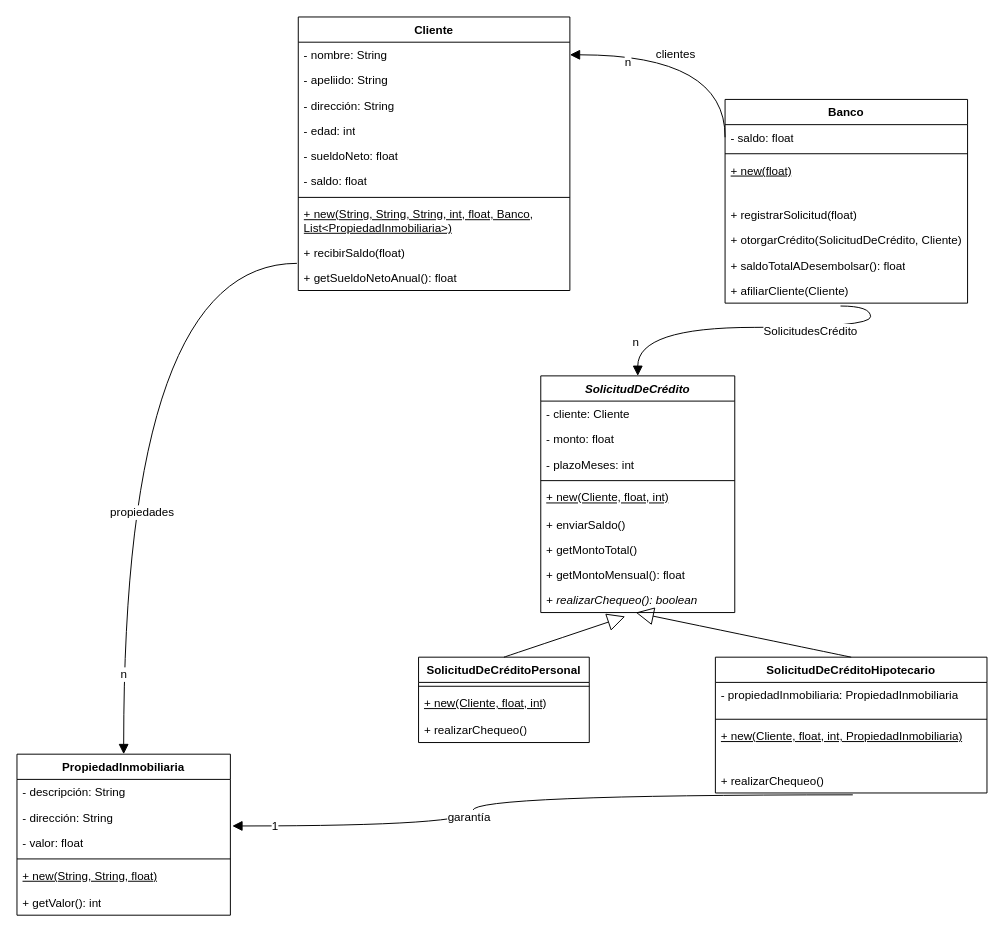
Matias-Francisco-Deo/Objetos-II keeps this draw.io diagram as src/tpsolid/banco/tpsolid3.drawio. Above is the earlier version. Source tidied: cells renumbered, new cells numbered last; positions are measured from the earlier drawing's top-left corner, leaving out a move shared by most shapes. Both pictures are drawn from the tidied source at 97%, with x=0, y=0 at pixel (16, 16).
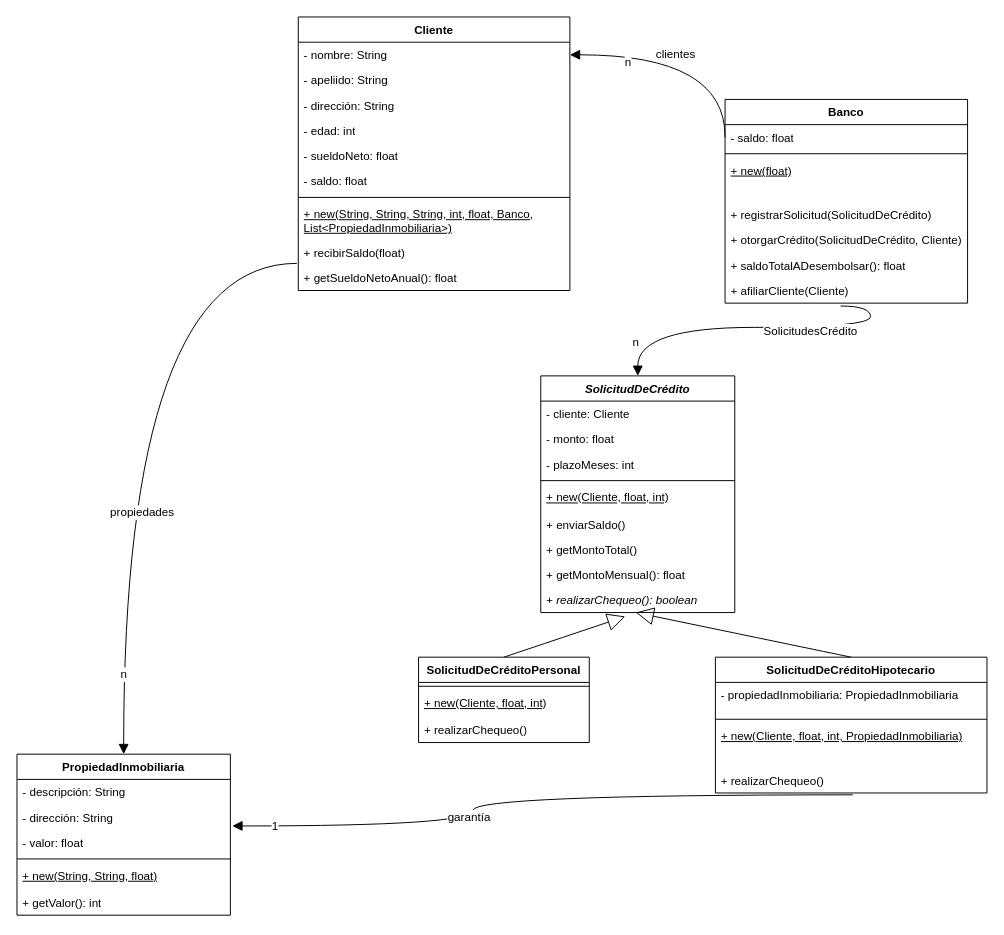
The same diagram, later.

The change refers to these unchanged cells:
```xml
<mxCell id="13" value="Banco" style="swimlane;fontStyle=1;align=center;verticalAlign=top;horizontal=1;startSize=26;whiteSpace=wrap;html=1;" parent="1" vertex="1">
  <mxGeometry x="730" y="85" width="250" height="210" as="geometry" />
</mxCell>
```

The edit, as a diff of the source:
```diff
@@
-    <mxCell id="17" value="+ registrarSolicitud(float)" style="text;strokeColor=none;fillColor=none;align=left;verticalAlign=top;spacingLeft=4;spacingRight=4;overflow=hidden;whiteSpace=wrap;html=1;" parent="13" vertex="1">
+    <mxCell id="17" value="+ registrarSolicitud(SolicitudDeCrédito)" style="text;strokeColor=none;fillColor=none;align=left;verticalAlign=top;spacingLeft=4;spacingRight=4;overflow=hidden;whiteSpace=wrap;html=1;" parent="13" vertex="1">
       <mxGeometry y="106" width="250" height="26" as="geometry" />
     </mxCell>
```
